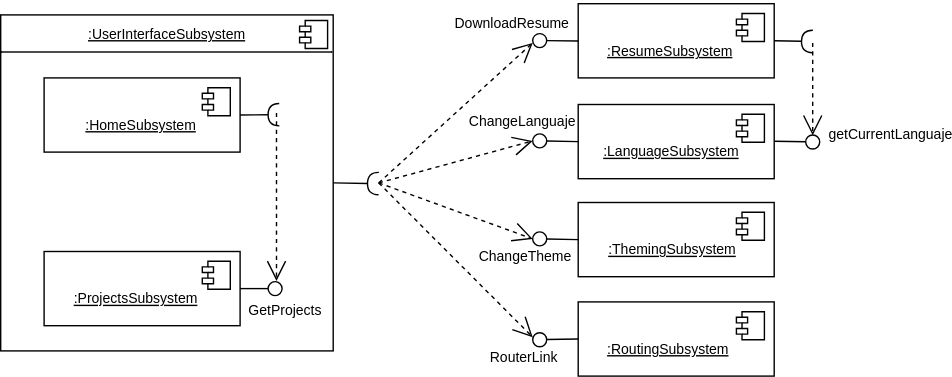
Earlier version of the draw.io export documents/SubsystemServices.svg (larr97/portfolio-project). Source tidied: cells renumbered, new cells last; positions are measured from the earlier drawing's top-left corner, leaving out a move shared by most shapes.
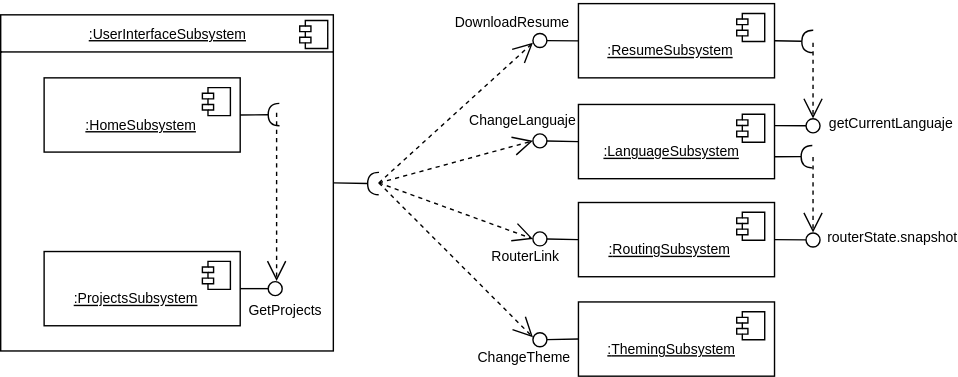
After the change.

Commit message:
docs(rad,sdd,odd): update system design docs with routing subsystem feedback

Diff of the diagram source:
```diff
@@ -29,7 +29,7 @@
         <mxPoint x="-27" y="7" as="offset" />
       </mxGeometry>
     </mxCell>
-    <mxCell id="9" value="&lt;font style=&quot;font-size: 10px;&quot;&gt;&amp;nbsp; &amp;nbsp; &amp;nbsp;&lt;u&gt;:ThemingSubsystem&lt;/u&gt;&lt;/font&gt;" style="text;whiteSpace=wrap;html=1;" parent="1" vertex="1">
+    <mxCell id="9" value="&lt;font style=&quot;font-size: 10px;&quot;&gt;&amp;nbsp; &amp;nbsp; &amp;nbsp;&lt;u&gt;:&lt;/u&gt;&lt;u&gt;Routing&lt;/u&gt;&lt;u&gt;Subsystem&lt;/u&gt;&lt;/font&gt;" style="text;whiteSpace=wrap;html=1;" parent="1" vertex="1">
       <mxGeometry x="418" y="163" width="120" height="30" as="geometry" />
     </mxCell>
     <mxCell id="10" style="html=1;whiteSpace=wrap;align=left;" parent="1" vertex="1">
@@ -51,7 +51,7 @@
         <mxPoint x="-27" y="7" as="offset" />
       </mxGeometry>
     </mxCell>
-    <mxCell id="15" value="&lt;font style=&quot;font-size: 10px;&quot;&gt;&amp;nbsp; &amp;nbsp; &lt;u&gt;:RoutingSubsystem&lt;/u&gt;&lt;/font&gt;" style="text;whiteSpace=wrap;html=1;" parent="1" vertex="1">
+    <mxCell id="15" value="&lt;font style=&quot;font-size: 10px;&quot;&gt;&amp;nbsp; &amp;nbsp; &lt;u&gt;:&lt;/u&gt;&lt;u&gt;Theming&lt;/u&gt;&lt;u&gt;Subsystem&lt;/u&gt;&lt;/font&gt;" style="text;whiteSpace=wrap;html=1;" parent="1" vertex="1">
       <mxGeometry x="420" y="234" width="120" height="30" as="geometry" />
     </mxCell>
     <mxCell id="16" style="ellipse;whiteSpace=wrap;html=1;align=center;fillColor=none;strokeColor=none;perimeter=centerPerimeter;" parent="1" vertex="1">
@@ -155,10 +155,10 @@
     <mxCell id="37" value="&lt;font style=&quot;font-size: 10px;&quot;&gt;ChangeLanguaje&lt;/font&gt;" style="text;html=1;align=center;verticalAlign=middle;whiteSpace=wrap;rounded=0;" parent="1" vertex="1">
       <mxGeometry x="340" y="71.2" width="65" height="26.5" as="geometry" />
     </mxCell>
-    <mxCell id="38" value="&lt;font style=&quot;font-size: 10px;&quot;&gt;ChangeTheme&lt;/font&gt;" style="text;html=1;align=center;verticalAlign=middle;whiteSpace=wrap;rounded=0;" parent="1" vertex="1">
+    <mxCell id="38" value="&lt;span style=&quot;font-size: 10px;&quot;&gt;RouterLink&lt;/span&gt;" style="text;html=1;align=center;verticalAlign=middle;whiteSpace=wrap;rounded=0;" parent="1" vertex="1">
       <mxGeometry x="341.5" y="168.5" width="65" height="26.5" as="geometry" />
     </mxCell>
-    <mxCell id="39" value="&lt;span style=&quot;font-size: 10px;&quot;&gt;RouterLink&lt;/span&gt;" style="text;html=1;align=center;verticalAlign=middle;whiteSpace=wrap;rounded=0;" parent="1" vertex="1">
+    <mxCell id="39" value="&lt;span style=&quot;font-size: 10px;&quot;&gt;ChangeTheme&lt;/span&gt;" style="text;html=1;align=center;verticalAlign=middle;whiteSpace=wrap;rounded=0;" parent="1" vertex="1">
       <mxGeometry x="341" y="240.5" width="65" height="26.5" as="geometry" />
     </mxCell>
     <mxCell id="40" value="&lt;font style=&quot;font-size: 10px;&quot;&gt;GetProjects&lt;/font&gt;" style="text;html=1;align=center;verticalAlign=middle;whiteSpace=wrap;rounded=0;" parent="1" vertex="1">
@@ -172,17 +172,35 @@
     <mxCell id="42" style="endArrow=open;endSize=12;dashed=1;html=1;rounded=0;" parent="1" edge="1">
       <mxGeometry relative="1" as="geometry">
         <mxPoint x="580" y="30" as="sourcePoint" />
-        <mxPoint x="580" y="96" as="targetPoint" />
+        <mxPoint x="580" y="84" as="targetPoint" />
       </mxGeometry>
     </mxCell>
-    <mxCell id="43" style="rounded=0;orthogonalLoop=1;jettySize=auto;html=1;endArrow=oval;endFill=0;sketch=0;sourcePerimeterSpacing=0;targetPerimeterSpacing=0;endSize=10;exitX=1;exitY=0.5;exitDx=0;exitDy=0;" parent="1" edge="1">
+    <mxCell id="43" style="rounded=0;jettySize=auto;html=1;endArrow=oval;endFill=0;sketch=0;sourcePerimeterSpacing=0;targetPerimeterSpacing=0;endSize=10;exitX=1;exitY=0.285;exitDx=0;exitDy=0;exitPerimeter=0;" parent="1" edge="1" source="10">
       <mxGeometry relative="1" as="geometry">
-        <mxPoint x="552.5" y="100.2" as="sourcePoint" />
-        <mxPoint x="580" y="100.8" as="targetPoint" />
+        <mxPoint x="580" y="89.2" as="targetPoint" />
       </mxGeometry>
     </mxCell>
     <mxCell id="44" value="&lt;font style=&quot;font-size: 10px;&quot;&gt;getCurrentLanguaje&lt;/font&gt;" style="text;html=1;align=center;verticalAlign=middle;whiteSpace=wrap;rounded=0;" parent="1" vertex="1">
-      <mxGeometry x="603" y="81.5" width="65" height="26.5" as="geometry" />
+      <mxGeometry x="603" y="74" width="65" height="26.5" as="geometry" />
     </mxCell>
+    <mxCell id="45" style="rounded=0;jettySize=auto;html=1;endArrow=oval;endFill=0;sketch=0;sourcePerimeterSpacing=0;targetPerimeterSpacing=0;endSize=10;exitX=1;exitY=0.5;exitDx=0;exitDy=0;" parent="1" edge="1" source="7">
+      <mxGeometry relative="1" as="geometry">
+        <mxPoint x="580" y="170.8" as="targetPoint" />
+      </mxGeometry>
+    </mxCell>
+    <mxCell id="46" style="rounded=0;jettySize=auto;html=1;endArrow=halfCircle;endFill=0;endSize=6;strokeWidth=1;sketch=0;exitX=0.998;exitY=0.704;exitDx=0;exitDy=0;exitPerimeter=0;" parent="1" edge="1" source="10">
+      <mxGeometry relative="1" as="geometry">
+        <mxPoint x="579.5" y="111.2" as="targetPoint" />
+      </mxGeometry>
+    </mxCell>
+    <mxCell id="47" style="endArrow=open;endSize=12;dashed=1;html=1;rounded=0;" parent="1" edge="1">
+      <mxGeometry relative="1" as="geometry">
+        <mxPoint x="580" y="111.5" as="sourcePoint" />
+        <mxPoint x="580" y="165.5" as="targetPoint" />
+      </mxGeometry>
+    </mxCell>
+    <mxCell id="48" value="&lt;font style=&quot;font-size: 10px;&quot;&gt;routerState.snapshot&lt;/font&gt;" style="text;html=1;align=center;verticalAlign=middle;whiteSpace=wrap;rounded=0;" parent="1" vertex="1">
+      <mxGeometry x="604" y="155" width="65" height="26.5" as="geometry" />
+    </mxCell>
   </root>
 </mxGraphModel>
```
